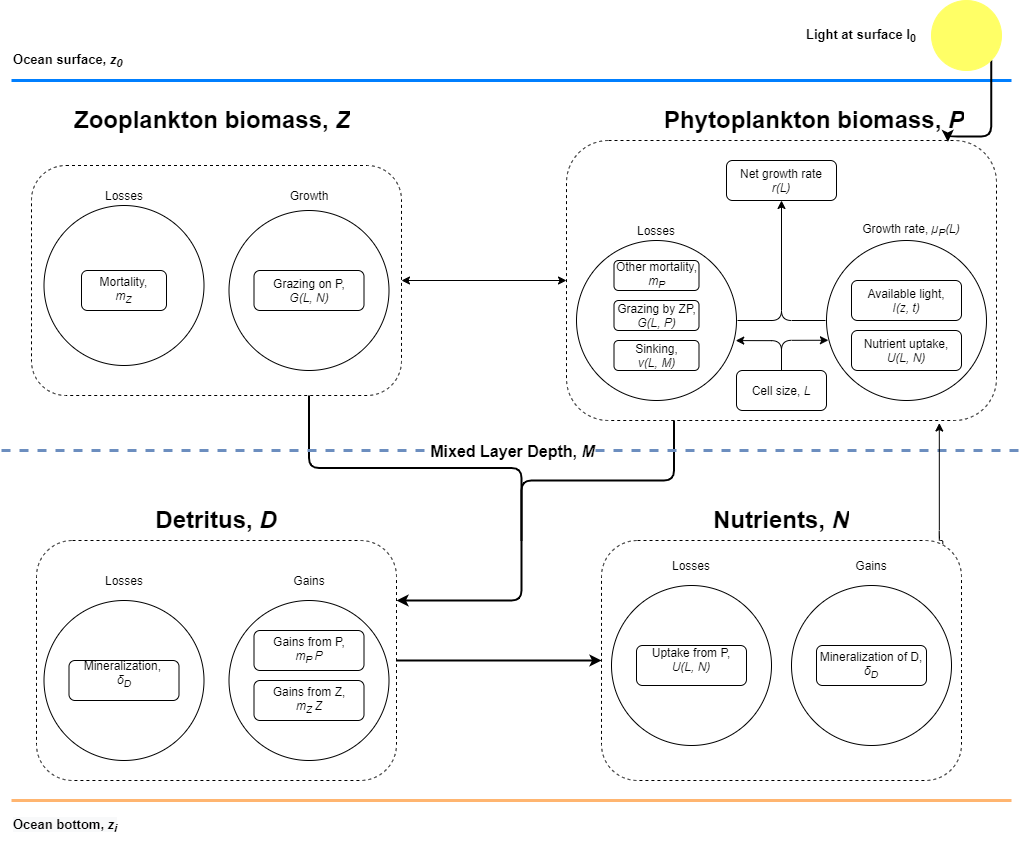
MickiJensen/Final-report keeps this draw.io diagram as Figures/ModelIllustration.png. Above is the earlier version. Source tidied: cells renumbered, new cells last; positions are measured from the earlier drawing's top-left corner, leaving out a move shared by most shapes.
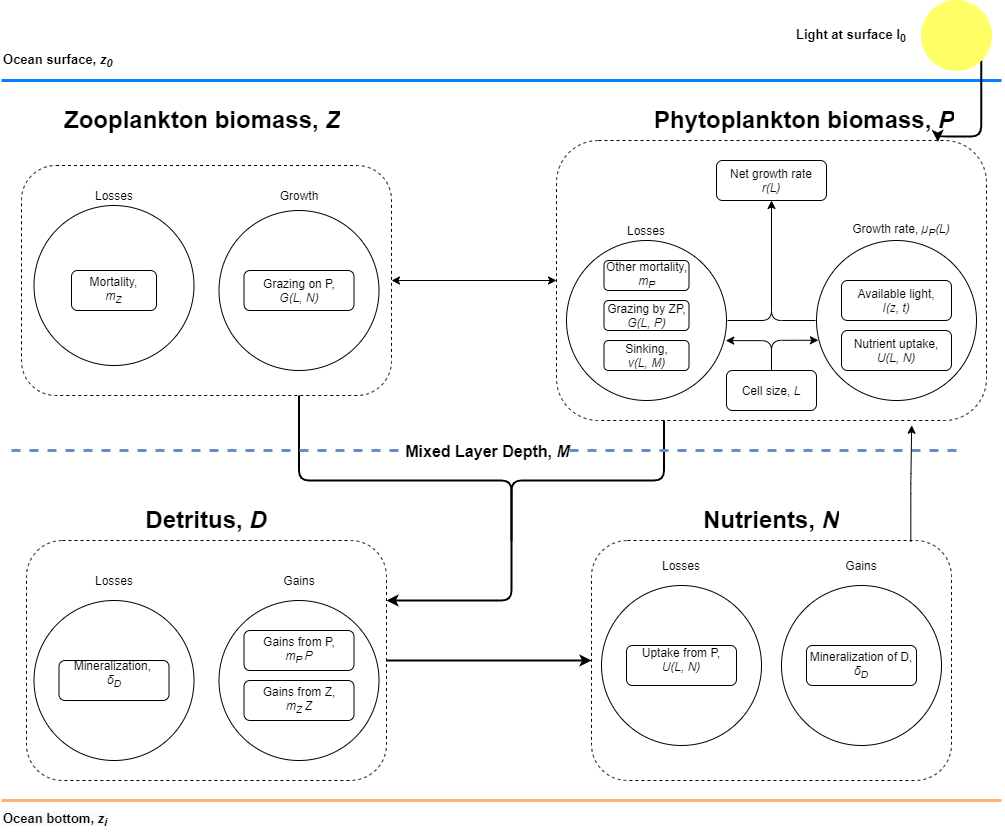
Later version of the same file.

The edit, as a diff of the source:
```diff
@@ -99,6 +99,10 @@
     <mxCell id="25" style="edgeStyle=orthogonalEdgeStyle;rounded=1;jettySize=auto;html=1;exitX=0.75;exitY=1;exitDx=0;exitDy=0;startArrow=none;startFill=0;endArrow=none;endFill=0;strokeColor=#000000;strokeWidth=2;" parent="1" edge="1" source="26">
       <mxGeometry relative="1" as="geometry">
         <mxPoint x="520" y="540" as="targetPoint" />
+        <Array as="points">
+          <mxPoint x="308" y="480" />
+          <mxPoint x="520" y="480" />
+        </Array>
       </mxGeometry>
     </mxCell>
     <mxCell id="26" style="rounded=1;whiteSpace=wrap;html=1;strokeColor=#000000;strokeWidth=1;fillColor=none;dashed=1;" parent="1" vertex="1">
@@ -139,8 +143,8 @@
     </mxCell>
     <mxCell id="38" style="endArrow=none;html=1;strokeColor=#6c8ebf;dashed=1;endFill=0;fillColor=#dae8fc;strokeWidth=3;" parent="1" edge="1">
       <mxGeometry relative="1" as="geometry">
-        <mxPoint y="450" as="sourcePoint" />
-        <mxPoint x="1020" y="450" as="targetPoint" />
+        <mxPoint x="20" y="450" as="sourcePoint" />
+        <mxPoint x="970" y="450" as="targetPoint" />
       </mxGeometry>
     </mxCell>
     <mxCell id="39" value="&lt;font style=&quot;font-size: 16px&quot;&gt;&lt;b&gt;Mixed Layer Depth, &lt;i&gt;M&lt;/i&gt;&lt;/b&gt;&lt;/font&gt;" style="edgeLabel;html=1;align=center;verticalAlign=middle;" parent="38" vertex="1">
@@ -170,13 +174,8 @@
     <mxCell id="47" value="&lt;h1&gt;Nutrients, &lt;i&gt;N&lt;/i&gt;&lt;/h1&gt;" style="text;html=1;strokeColor=none;fillColor=none;spacing=5;spacingTop=-20;whiteSpace=wrap;overflow=hidden;rounded=0;align=center;" parent="1" vertex="1">
       <mxGeometry x="640" y="500" width="280" height="40" as="geometry" />
     </mxCell>
-    <mxCell id="48" style="edgeStyle=orthogonalEdgeStyle;rounded=1;jettySize=auto;html=1;exitX=0.948;exitY=0.015;exitDx=0;exitDy=0;entryX=0.867;entryY=1.009;entryDx=0;entryDy=0;entryPerimeter=0;startArrow=none;startFill=0;endArrow=classic;endFill=1;strokeColor=#000000;strokeWidth=1;exitPerimeter=0;" parent="1" edge="1" source="49" target="4">
-      <mxGeometry relative="1" as="geometry">
-        <Array as="points">
-          <mxPoint x="941" y="540" />
-          <mxPoint x="938" y="540" />
-        </Array>
-      </mxGeometry>
+    <mxCell id="48" style="edgeStyle=orthogonalEdgeStyle;rounded=1;jettySize=auto;html=1;exitX=0.887;exitY=0.006;exitDx=0;exitDy=0;entryX=0.826;entryY=1.017;entryDx=0;entryDy=0;entryPerimeter=0;startArrow=none;startFill=0;endArrow=classic;endFill=1;strokeColor=#000000;strokeWidth=1;exitPerimeter=0;" parent="1" edge="1" source="49" target="4">
+      <mxGeometry relative="1" as="geometry" />
     </mxCell>
     <mxCell id="49" style="rounded=1;whiteSpace=wrap;html=1;strokeColor=#000000;strokeWidth=1;fillColor=none;dashed=1;" parent="1" vertex="1">
       <mxGeometry x="600" y="540" width="360" height="240" as="geometry" />
@@ -203,7 +202,7 @@
       <mxGeometry x="10" y="45" width="140" height="30" as="geometry" />
     </mxCell>
     <mxCell id="57" value="&lt;b style=&quot;color: rgb(0 , 0 , 0) ; font-family: &amp;#34;helvetica&amp;#34; ; font-style: normal ; letter-spacing: normal ; text-align: center ; text-indent: 0px ; text-transform: none ; word-spacing: 0px ; background-color: rgb(248 , 249 , 250) ; font-size: 13px&quot;&gt;Ocean bottom, &lt;/b&gt;&lt;b style=&quot;color: rgb(0 , 0 , 0) ; font-family: &amp;#34;helvetica&amp;#34; ; letter-spacing: normal ; text-align: center ; text-indent: 0px ; text-transform: none ; word-spacing: 0px ; background-color: rgb(248 , 249 , 250) ; font-size: 13px&quot;&gt;&lt;i&gt;z&lt;sub&gt;i&lt;/sub&gt;&lt;/i&gt;&lt;/b&gt;" style="text;whiteSpace=wrap;html=1;" parent="1" vertex="1">
-      <mxGeometry x="10" y="810" width="140" height="30" as="geometry" />
+      <mxGeometry x="10" y="804" width="140" height="30" as="geometry" />
     </mxCell>
   </root>
 </mxGraphModel>
```
